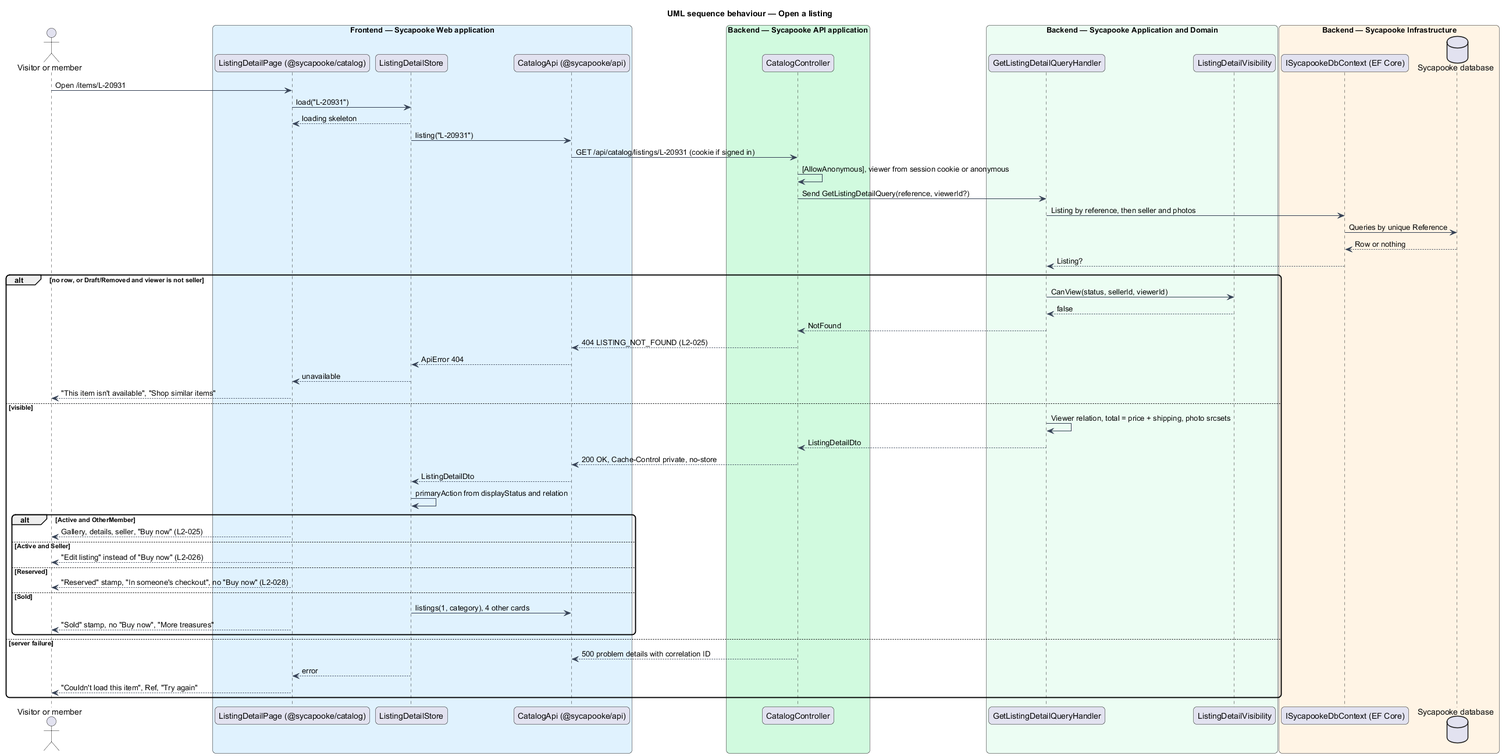
Earlier version of the PlantUML export docs/detailed-designs/catalog/view-listing-detail/diagrams/sequence-open-listing.png (QuinntyneBrown/sycapooke).
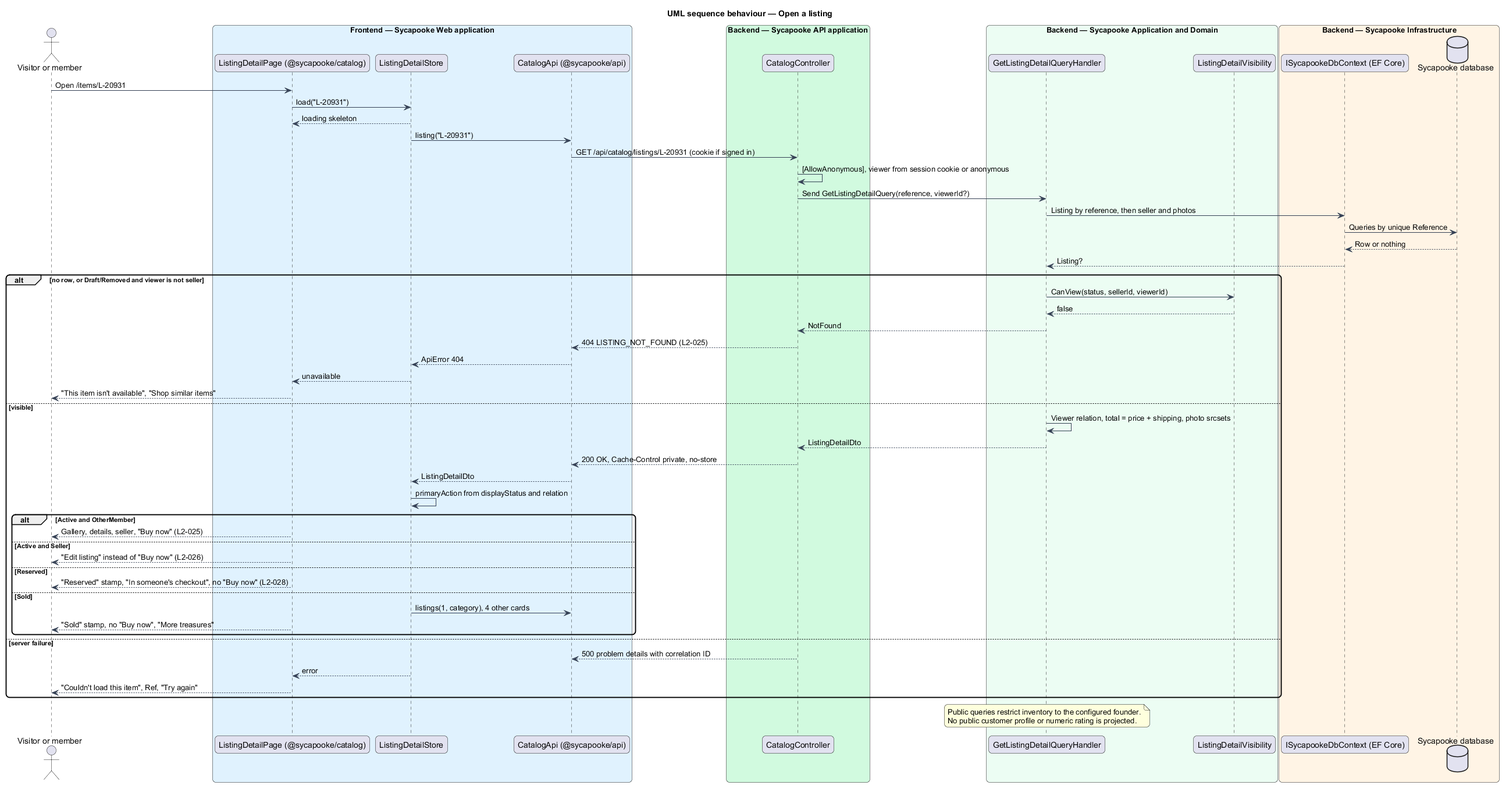
Above is the later version.

Diff of the diagram source:
```diff
@@ -62,4 +62,8 @@
   store --> page : error
   page --> actor : "Couldn't load this item", Ref, "Try again"
 end
+note over handler
+Public queries restrict inventory to the configured founder.
+No public customer profile or numeric rating is projected.
+end note
 @enduml
```
